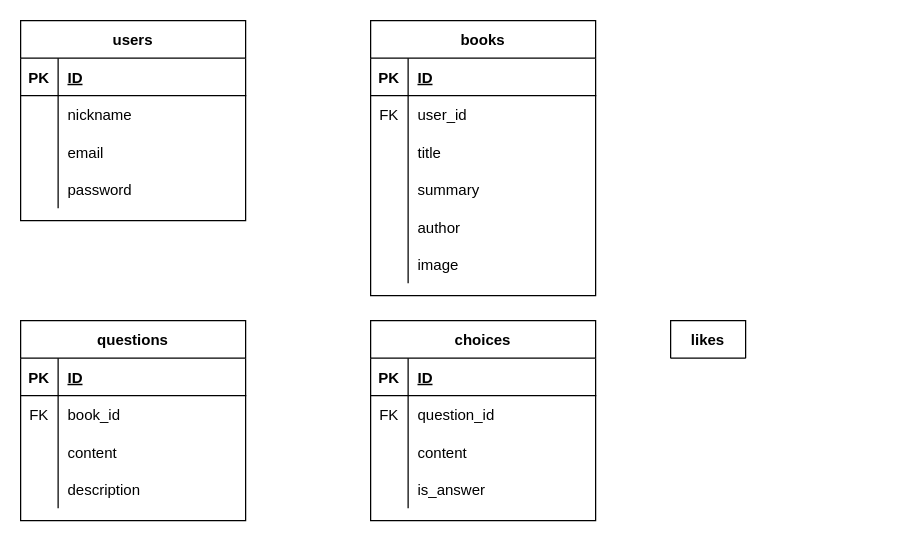
Before: book-summary-quiz.dio in KoshiOkuma/book-summary-quiz, a draw.io diagram. Source tidied: cells renumbered, new cells numbered last; positions are measured from the earlier drawing's top-left corner, leaving out a move shared by most shapes. Both pictures are drawn from the tidied source at 125%, with x=0, y=0 at pixel (20, 20).
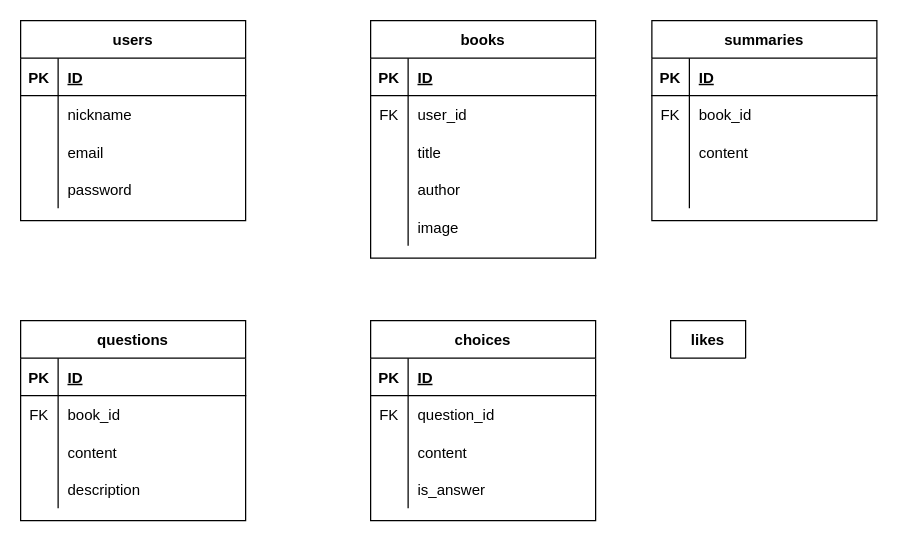
The same diagram, later.

Commit message (it also covers changes not shown here):
ER図修正,Summary Model, Migration追加

Change to the diagram source:
```diff
@@
     <mxCell id="41" value="books" style="shape=table;startSize=30;childLayout=tableLayout;rowLines=0;fontStyle=1;align=center;" parent="1" vertex="1">
-      <mxGeometry x="280" width="180" height="220" as="geometry" />
+      <mxGeometry x="280" width="180" height="190" as="geometry" />
     </mxCell>
@@
-    <mxCell id="51" style="shape=partialRectangle;fillColor=none;top=0;left=0;bottom=0;right=0;" parent="41" vertex="1">
-      <mxGeometry y="120" width="180" height="30" as="geometry" />
-    </mxCell>
-    <mxCell id="52" style="shape=partialRectangle;fillColor=none;top=0;left=0;bottom=0;right=0;overflow=hidden;" parent="51" vertex="1">
-      <mxGeometry width="30" height="30" as="geometry" />
-    </mxCell>
-    <mxCell id="53" value="summary" style="shape=partialRectangle;fillColor=none;top=0;left=0;bottom=0;right=0;align=left;spacingLeft=6;overflow=hidden;" parent="51" vertex="1">
-      <mxGeometry x="30" width="150" height="30" as="geometry" />
-    </mxCell>
     <mxCell id="54" style="shape=partialRectangle;fillColor=none;top=0;left=0;bottom=0;right=0;" parent="41" vertex="1">
-      <mxGeometry y="150" width="180" height="30" as="geometry" />
+      <mxGeometry y="120" width="180" height="30" as="geometry" />
     </mxCell>
@@
     <mxCell id="57" style="shape=partialRectangle;fillColor=none;top=0;left=0;bottom=0;right=0;" parent="41" vertex="1">
-      <mxGeometry y="180" width="180" height="30" as="geometry" />
+      <mxGeometry y="150" width="180" height="30" as="geometry" />
     </mxCell>
@@
+    <mxCell id="61" value="summaries" style="shape=table;startSize=30;childLayout=tableLayout;rowLines=0;fontStyle=1;align=center;" parent="1" vertex="1">
+      <mxGeometry x="505" width="180" height="160" as="geometry" />
+    </mxCell>
+    <mxCell id="62" style="shape=partialRectangle;fillColor=none;top=0;left=0;bottom=1;right=0;" parent="61" vertex="1">
+      <mxGeometry y="30" width="180" height="30" as="geometry" />
+    </mxCell>
+    <mxCell id="63" value="PK" style="shape=partialRectangle;fillColor=none;top=0;left=0;bottom=0;right=0;fontStyle=1;overflow=hidden;" parent="62" vertex="1">
+      <mxGeometry width="30" height="30" as="geometry" />
+    </mxCell>
+    <mxCell id="64" value="ID" style="shape=partialRectangle;fillColor=none;top=0;left=0;bottom=0;right=0;align=left;spacingLeft=6;fontStyle=5;overflow=hidden;" parent="62" vertex="1">
+      <mxGeometry x="30" width="150" height="30" as="geometry" />
+    </mxCell>
+    <mxCell id="65" style="shape=partialRectangle;fillColor=none;top=0;left=0;bottom=0;right=0;" parent="61" vertex="1">
+      <mxGeometry y="60" width="180" height="30" as="geometry" />
+    </mxCell>
+    <mxCell id="66" value="FK" style="shape=partialRectangle;fillColor=none;top=0;left=0;bottom=0;right=0;overflow=hidden;" parent="65" vertex="1">
+      <mxGeometry width="30" height="30" as="geometry" />
+    </mxCell>
+    <mxCell id="67" value="book_id" style="shape=partialRectangle;fillColor=none;top=0;left=0;bottom=0;right=0;align=left;spacingLeft=6;overflow=hidden;" parent="65" vertex="1">
+      <mxGeometry x="30" width="150" height="30" as="geometry" />
+    </mxCell>
+    <mxCell id="68" style="shape=partialRectangle;fillColor=none;top=0;left=0;bottom=0;right=0;" parent="61" vertex="1">
+      <mxGeometry y="90" width="180" height="30" as="geometry" />
+    </mxCell>
+    <mxCell id="69" style="shape=partialRectangle;fillColor=none;top=0;left=0;bottom=0;right=0;overflow=hidden;" parent="68" vertex="1">
+      <mxGeometry width="30" height="30" as="geometry" />
+    </mxCell>
+    <mxCell id="70" value="content" style="shape=partialRectangle;fillColor=none;top=0;left=0;bottom=0;right=0;align=left;spacingLeft=6;overflow=hidden;" parent="68" vertex="1">
+      <mxGeometry x="30" width="150" height="30" as="geometry" />
+    </mxCell>
+    <mxCell id="51" style="shape=partialRectangle;fillColor=none;top=0;left=0;bottom=0;right=0;" parent="61" vertex="1">
+      <mxGeometry y="120" width="180" height="30" as="geometry" />
+    </mxCell>
+    <mxCell id="71" style="shape=partialRectangle;fillColor=none;top=0;left=0;bottom=0;right=0;overflow=hidden;" parent="51" vertex="1">
+      <mxGeometry width="30" height="30" as="geometry" />
+    </mxCell>
+    <mxCell id="72" style="shape=partialRectangle;fillColor=none;top=0;left=0;bottom=0;right=0;align=left;spacingLeft=6;overflow=hidden;" parent="51" vertex="1">
+      <mxGeometry x="30" width="150" height="30" as="geometry" />
+    </mxCell>
```
